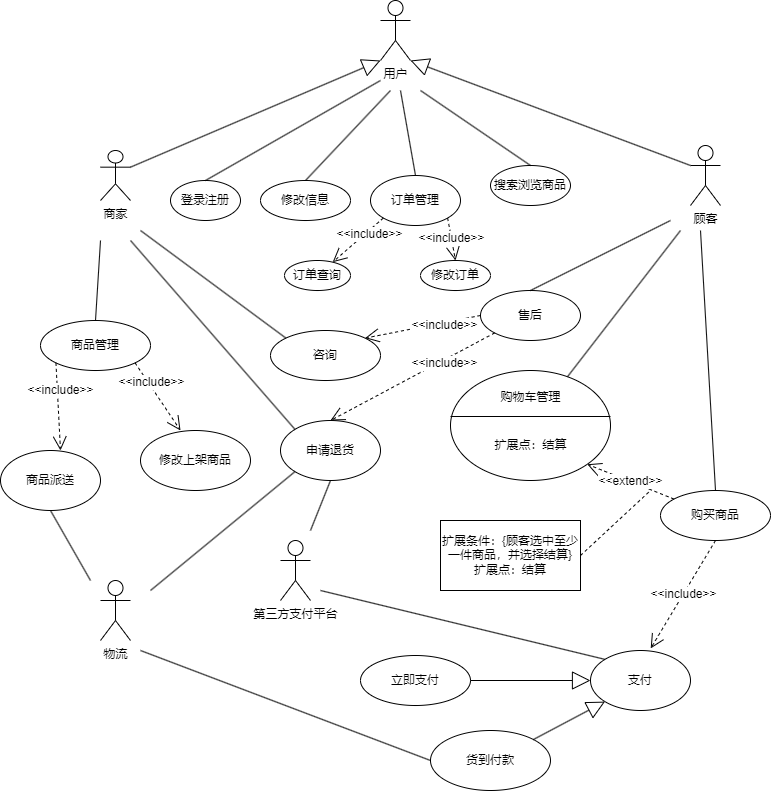
Above: 实验1.drawio.png in ICEFJL/Experiment-with-software-development-methods (draw.io), before the change. Source tidied: cells renumbered, new cells last; positions are measured from the earlier drawing's top-left corner, leaving out a move shared by most shapes.
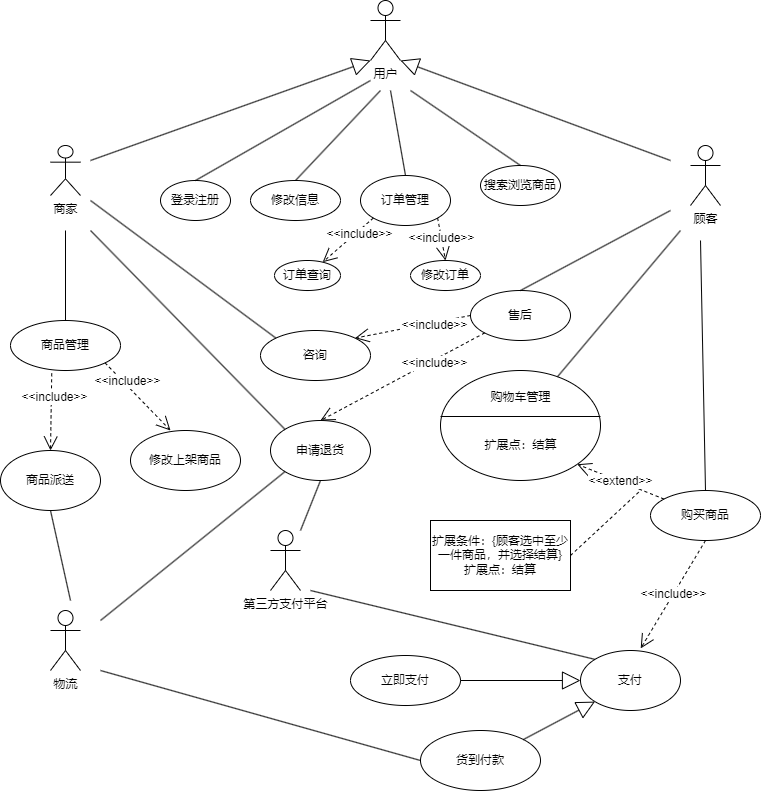
After the change.

Diff of the diagram source:
```diff
@@ -6,16 +6,20 @@
       <mxGeometry x="380" width="30" height="60" as="geometry" />
     </mxCell>
     <mxCell id="3" value="顾客" style="shape=umlActor;verticalLabelPosition=bottom;verticalAlign=top;html=1;outlineConnect=0;" parent="1" vertex="1">
-      <mxGeometry x="690" y="145" width="30" height="60" as="geometry" />
+      <mxGeometry x="700" y="145" width="30" height="60" as="geometry" />
     </mxCell>
     <mxCell id="4" value="商家" style="shape=umlActor;verticalLabelPosition=bottom;verticalAlign=top;html=1;outlineConnect=0;" parent="1" vertex="1">
-      <mxGeometry x="100" y="150" width="30" height="50" as="geometry" />
+      <mxGeometry x="60" y="145" width="30" height="50" as="geometry" />
     </mxCell>
-    <mxCell id="5" style="endArrow=block;endSize=16;endFill=0;html=1;rounded=0;exitX=1;exitY=0.3333333333333333;exitDx=0;exitDy=0;exitPerimeter=0;entryX=0;entryY=1;entryDx=0;entryDy=0;entryPerimeter=0;" parent="1" edge="1" source="4" target="2">
-      <mxGeometry relative="1" as="geometry" />
+    <mxCell id="5" style="endArrow=block;endSize=16;endFill=0;html=1;rounded=0;entryX=0;entryY=1;entryDx=0;entryDy=0;entryPerimeter=0;" parent="1" edge="1" target="2">
+      <mxGeometry relative="1" as="geometry">
+        <mxPoint x="100" y="160" as="sourcePoint" />
+      </mxGeometry>
     </mxCell>
-    <mxCell id="6" style="endArrow=block;endSize=16;endFill=0;html=1;rounded=0;exitX=0;exitY=0.3333333333333333;exitDx=0;exitDy=0;exitPerimeter=0;entryX=1;entryY=1;entryDx=0;entryDy=0;entryPerimeter=0;" parent="1" edge="1" source="3" target="2">
-      <mxGeometry relative="1" as="geometry" />
+    <mxCell id="6" style="endArrow=block;endSize=16;endFill=0;html=1;rounded=0;entryX=1;entryY=1;entryDx=0;entryDy=0;entryPerimeter=0;" parent="1" edge="1" target="2">
+      <mxGeometry relative="1" as="geometry">
+        <mxPoint x="680" y="160" as="sourcePoint" />
+      </mxGeometry>
     </mxCell>
     <mxCell id="7" value="登录注册" style="ellipse;whiteSpace=wrap;html=1;" parent="1" vertex="1">
       <mxGeometry x="170" y="180" width="70" height="40" as="geometry" />
@@ -66,7 +70,7 @@
     </mxCell>
     <mxCell id="20" style="endArrow=none;html=1;rounded=0;exitX=0.731;exitY=0.057;exitDx=0;exitDy=0;exitPerimeter=0;" parent="1" edge="1" source="19">
       <mxGeometry relative="1" as="geometry">
-        <mxPoint x="680" y="230" as="targetPoint" />
+        <mxPoint x="690" y="230" as="targetPoint" />
       </mxGeometry>
     </mxCell>
     <mxCell id="21" value="售后" style="ellipse;whiteSpace=wrap;html=1;" parent="1" vertex="1">
@@ -74,7 +78,7 @@
     </mxCell>
     <mxCell id="22" style="endArrow=none;html=1;rounded=0;exitX=0.5;exitY=0;exitDx=0;exitDy=0;" parent="1" edge="1" source="21">
       <mxGeometry relative="1" as="geometry">
-        <mxPoint x="670" y="220" as="targetPoint" />
+        <mxPoint x="680" y="210" as="targetPoint" />
       </mxGeometry>
     </mxCell>
     <mxCell id="23" value="购买商品" style="ellipse;whiteSpace=wrap;html=1;" parent="1" vertex="1">
@@ -84,16 +88,16 @@
       <mxGeometry x="590" y="650" width="100" height="60" as="geometry" />
     </mxCell>
     <mxCell id="25" value="商品管理" style="ellipse;whiteSpace=wrap;html=1;" parent="1" vertex="1">
-      <mxGeometry x="40" y="320" width="110" height="50" as="geometry" />
+      <mxGeometry x="20" y="320" width="110" height="50" as="geometry" />
     </mxCell>
     <mxCell id="26" style="endArrow=none;html=1;rounded=0;exitX=0.5;exitY=0;exitDx=0;exitDy=0;" parent="1" edge="1" source="25">
       <mxGeometry relative="1" as="geometry">
-        <mxPoint x="100" y="240" as="targetPoint" />
+        <mxPoint x="75" y="230" as="targetPoint" />
       </mxGeometry>
     </mxCell>
     <mxCell id="27" style="endArrow=none;html=1;rounded=0;exitX=0.5;exitY=0;exitDx=0;exitDy=0;" parent="1" edge="1" source="23">
       <mxGeometry relative="1" as="geometry">
-        <mxPoint x="700" y="230" as="targetPoint" />
+        <mxPoint x="710" y="240" as="targetPoint" />
       </mxGeometry>
     </mxCell>
     <mxCell id="28" value="&amp;lt;&amp;lt;extend&amp;gt;&amp;gt;" style="endArrow=open;endSize=12;dashed=1;html=1;rounded=0;entryX=1;entryY=1;entryDx=0;entryDy=0;" parent="1" edge="1" source="23" target="19">
@@ -116,7 +120,7 @@
     </mxCell>
     <mxCell id="34" style="endArrow=none;html=1;rounded=0;exitX=0;exitY=0;exitDx=0;exitDy=0;" parent="1" edge="1" source="32">
       <mxGeometry relative="1" as="geometry">
-        <mxPoint x="140" y="230" as="targetPoint" />
+        <mxPoint x="100" y="200" as="targetPoint" />
       </mxGeometry>
     </mxCell>
     <mxCell id="35" value="立即支付" style="ellipse;whiteSpace=wrap;html=1;" parent="1" vertex="1">
@@ -133,11 +137,11 @@
     </mxCell>
     <mxCell id="39" style="endArrow=none;html=1;rounded=0;exitX=0;exitY=0;exitDx=0;exitDy=0;" parent="1" edge="1" source="30">
       <mxGeometry relative="1" as="geometry">
-        <mxPoint x="130" y="240" as="targetPoint" />
+        <mxPoint x="100" y="230" as="targetPoint" />
       </mxGeometry>
     </mxCell>
     <mxCell id="40" value="第三方支付平台" style="shape=umlActor;verticalLabelPosition=bottom;verticalAlign=top;html=1;" parent="1" vertex="1">
-      <mxGeometry x="280" y="540" width="30" height="60" as="geometry" />
+      <mxGeometry x="280" y="530" width="30" height="60" as="geometry" />
     </mxCell>
     <mxCell id="41" style="endArrow=none;html=1;rounded=0;exitX=0;exitY=0;exitDx=0;exitDy=0;" parent="1" edge="1" source="24">
       <mxGeometry relative="1" as="geometry">
@@ -167,16 +171,16 @@
       </mxGeometry>
     </mxCell>
     <mxCell id="48" value="物流" style="shape=umlActor;verticalLabelPosition=bottom;verticalAlign=top;html=1;" parent="1" vertex="1">
-      <mxGeometry x="100" y="580" width="30" height="60" as="geometry" />
+      <mxGeometry x="60" y="610" width="30" height="60" as="geometry" />
     </mxCell>
     <mxCell id="49" style="endArrow=none;html=1;rounded=0;exitX=0;exitY=1;exitDx=0;exitDy=0;" parent="1" edge="1" source="30">
       <mxGeometry relative="1" as="geometry">
-        <mxPoint x="150" y="590" as="targetPoint" />
+        <mxPoint x="110" y="620" as="targetPoint" />
       </mxGeometry>
     </mxCell>
     <mxCell id="50" style="endArrow=none;html=1;rounded=0;exitX=0;exitY=0.5;exitDx=0;exitDy=0;" parent="1" edge="1" source="36">
       <mxGeometry relative="1" as="geometry">
-        <mxPoint x="140" y="650" as="targetPoint" />
+        <mxPoint x="110" y="670" as="targetPoint" />
       </mxGeometry>
     </mxCell>
     <mxCell id="51" value="&amp;lt;&amp;lt;include&amp;gt;&amp;gt;" style="endArrow=open;endSize=12;dashed=1;html=1;rounded=0;exitX=1;exitY=1;exitDx=0;exitDy=0;" parent="1" edge="1" source="25">
@@ -187,17 +191,15 @@
     <mxCell id="52" value="修改上架商品" style="ellipse;whiteSpace=wrap;html=1;" parent="1" vertex="1">
       <mxGeometry x="140" y="430" width="110" height="60" as="geometry" />
     </mxCell>
-    <mxCell id="53" value="&amp;lt;&amp;lt;include&amp;gt;&amp;gt;" style="endArrow=open;endSize=12;dashed=1;html=1;rounded=0;exitX=0;exitY=1;exitDx=0;exitDy=0;" parent="1" edge="1" source="25">
-      <mxGeometry x="-0.37" y="3" relative="1" as="geometry">
-        <mxPoint x="60" y="450" as="targetPoint" />
-      </mxGeometry>
+    <mxCell id="53" value="&amp;lt;&amp;lt;include&amp;gt;&amp;gt;" style="endArrow=open;endSize=12;dashed=1;html=1;rounded=0;exitX=0.375;exitY=1.057;exitDx=0;exitDy=0;exitPerimeter=0;entryX=0.5;entryY=0;entryDx=0;entryDy=0;" parent="1" edge="1" source="25" target="54">
+      <mxGeometry x="-0.37" y="3" relative="1" as="geometry" />
     </mxCell>
     <mxCell id="54" value="商品派送" style="ellipse;whiteSpace=wrap;html=1;" parent="1" vertex="1">
-      <mxGeometry y="450" width="100" height="60" as="geometry" />
+      <mxGeometry x="10" y="450" width="100" height="60" as="geometry" />
     </mxCell>
     <mxCell id="55" style="endArrow=none;html=1;rounded=0;exitX=0.5;exitY=1;exitDx=0;exitDy=0;" parent="1" edge="1" source="54">
       <mxGeometry relative="1" as="geometry">
-        <mxPoint x="90" y="580" as="targetPoint" />
+        <mxPoint x="80" y="600" as="targetPoint" />
       </mxGeometry>
     </mxCell>
   </root>
```
